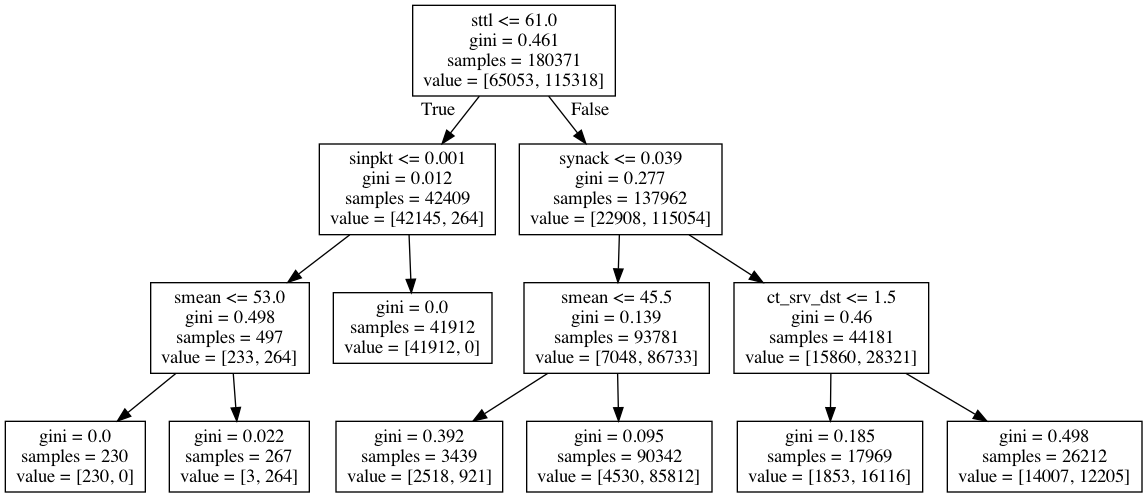
Earlier version of the Graphviz export 5.ML_Models/baseline/images/decisionTree.png (divyaKh/CMPE255Project). Its source is kept beside it as 5.ML_Models/baseline/images/decisionTree.dot. Source of this version:
```dot
digraph Tree {
node [shape=box] ;
0 [label="sttl <= 61.0\ngini = 0.461\nsamples = 180371\nvalue = [65053, 115318]"] ;
1 [label="sinpkt <= 0.001\ngini = 0.012\nsamples = 42409\nvalue = [42145, 264]"] ;
0 -> 1 [labeldistance=2.5, labelangle=45, headlabel="True"] ;
2 [label="smean <= 53.0\ngini = 0.498\nsamples = 497\nvalue = [233, 264]"] ;
1 -> 2 ;
3 [label="gini = 0.0\nsamples = 230\nvalue = [230, 0]"] ;
2 -> 3 ;
4 [label="gini = 0.022\nsamples = 267\nvalue = [3, 264]"] ;
2 -> 4 ;
5 [label="gini = 0.0\nsamples = 41912\nvalue = [41912, 0]"] ;
1 -> 5 ;
6 [label="synack <= 0.039\ngini = 0.277\nsamples = 137962\nvalue = [22908, 115054]"] ;
0 -> 6 [labeldistance=2.5, labelangle=-45, headlabel="False"] ;
7 [label="smean <= 45.5\ngini = 0.139\nsamples = 93781\nvalue = [7048, 86733]"] ;
6 -> 7 ;
8 [label="gini = 0.392\nsamples = 3439\nvalue = [2518, 921]"] ;
7 -> 8 ;
9 [label="gini = 0.095\nsamples = 90342\nvalue = [4530, 85812]"] ;
7 -> 9 ;
10 [label="ct_srv_dst <= 1.5\ngini = 0.46\nsamples = 44181\nvalue = [15860, 28321]"] ;
6 -> 10 ;
11 [label="gini = 0.185\nsamples = 17969\nvalue = [1853, 16116]"] ;
10 -> 11 ;
12 [label="gini = 0.498\nsamples = 26212\nvalue = [14007, 12205]"] ;
10 -> 12 ;
}
```
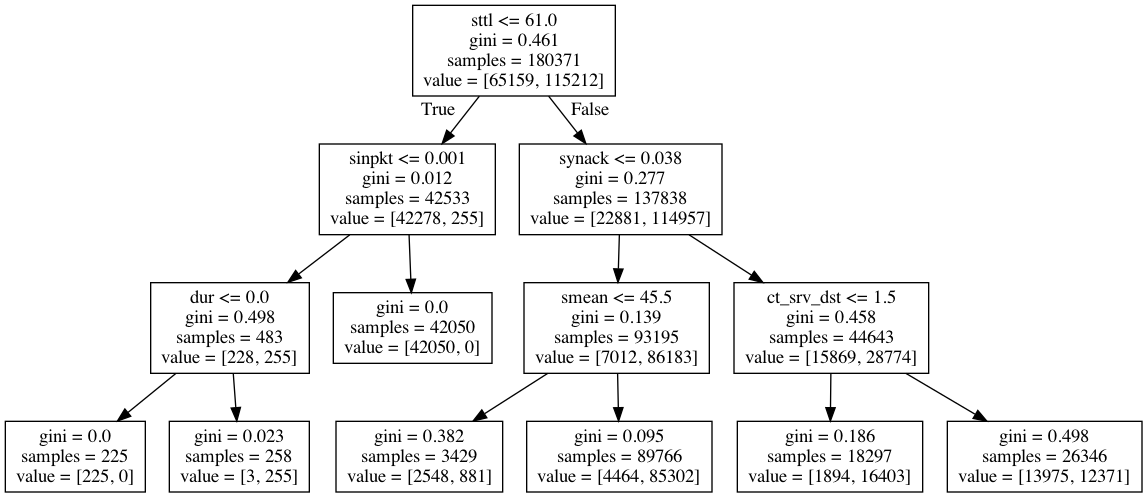
Later version of the same file.

Diff of the diagram source:
```diff
@@ -1,28 +1,28 @@
 digraph Tree {
 node [shape=box] ;
-0 [label="sttl <= 61.0\ngini = 0.461\nsamples = 180371\nvalue = [65053, 115318]"] ;
-1 [label="sinpkt <= 0.001\ngini = 0.012\nsamples = 42409\nvalue = [42145, 264]"] ;
+0 [label="sttl <= 61.0\ngini = 0.461\nsamples = 180371\nvalue = [65159, 115212]"] ;
+1 [label="sinpkt <= 0.001\ngini = 0.012\nsamples = 42533\nvalue = [42278, 255]"] ;
 0 -> 1 [labeldistance=2.5, labelangle=45, headlabel="True"] ;
-2 [label="smean <= 53.0\ngini = 0.498\nsamples = 497\nvalue = [233, 264]"] ;
+2 [label="dur <= 0.0\ngini = 0.498\nsamples = 483\nvalue = [228, 255]"] ;
 1 -> 2 ;
-3 [label="gini = 0.0\nsamples = 230\nvalue = [230, 0]"] ;
+3 [label="gini = 0.0\nsamples = 225\nvalue = [225, 0]"] ;
 2 -> 3 ;
-4 [label="gini = 0.022\nsamples = 267\nvalue = [3, 264]"] ;
+4 [label="gini = 0.023\nsamples = 258\nvalue = [3, 255]"] ;
 2 -> 4 ;
-5 [label="gini = 0.0\nsamples = 41912\nvalue = [41912, 0]"] ;
+5 [label="gini = 0.0\nsamples = 42050\nvalue = [42050, 0]"] ;
 1 -> 5 ;
-6 [label="synack <= 0.039\ngini = 0.277\nsamples = 137962\nvalue = [22908, 115054]"] ;
+6 [label="synack <= 0.038\ngini = 0.277\nsamples = 137838\nvalue = [22881, 114957]"] ;
 0 -> 6 [labeldistance=2.5, labelangle=-45, headlabel="False"] ;
-7 [label="smean <= 45.5\ngini = 0.139\nsamples = 93781\nvalue = [7048, 86733]"] ;
+7 [label="smean <= 45.5\ngini = 0.139\nsamples = 93195\nvalue = [7012, 86183]"] ;
 6 -> 7 ;
-8 [label="gini = 0.392\nsamples = 3439\nvalue = [2518, 921]"] ;
+8 [label="gini = 0.382\nsamples = 3429\nvalue = [2548, 881]"] ;
 7 -> 8 ;
-9 [label="gini = 0.095\nsamples = 90342\nvalue = [4530, 85812]"] ;
+9 [label="gini = 0.095\nsamples = 89766\nvalue = [4464, 85302]"] ;
 7 -> 9 ;
-10 [label="ct_srv_dst <= 1.5\ngini = 0.46\nsamples = 44181\nvalue = [15860, 28321]"] ;
+10 [label="ct_srv_dst <= 1.5\ngini = 0.458\nsamples = 44643\nvalue = [15869, 28774]"] ;
 6 -> 10 ;
-11 [label="gini = 0.185\nsamples = 17969\nvalue = [1853, 16116]"] ;
+11 [label="gini = 0.186\nsamples = 18297\nvalue = [1894, 16403]"] ;
 10 -> 11 ;
-12 [label="gini = 0.498\nsamples = 26212\nvalue = [14007, 12205]"] ;
+12 [label="gini = 0.498\nsamples = 26346\nvalue = [13975, 12371]"] ;
 10 -> 12 ;
 }
```
